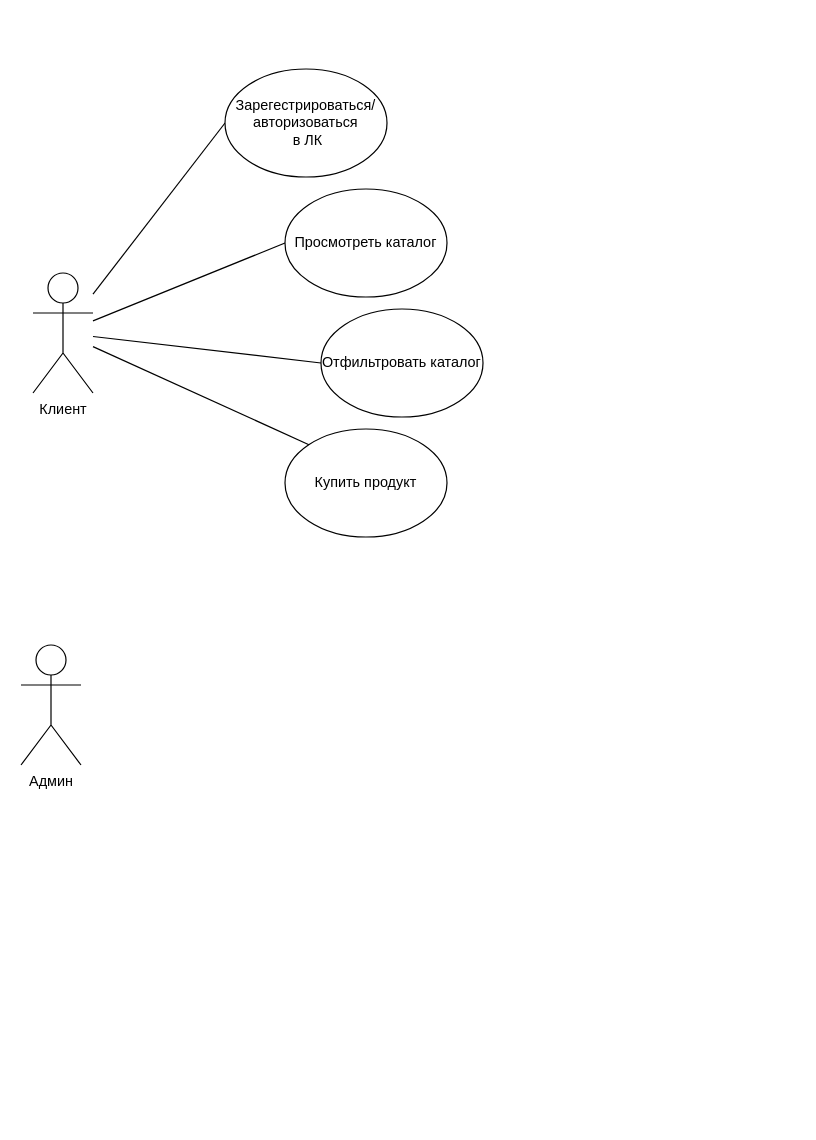
VydEkat/HW_data_mining keeps this draw.io diagram as Диаграмма без названия.drawio. Above is the earlier version. Source tidied: cells renumbered, new cells numbered last; positions are measured from the earlier drawing's top-left corner, leaving out a move shared by most shapes. Both pictures are drawn from the tidied source at 120%, with x=0, y=0 at pixel (20, 68).
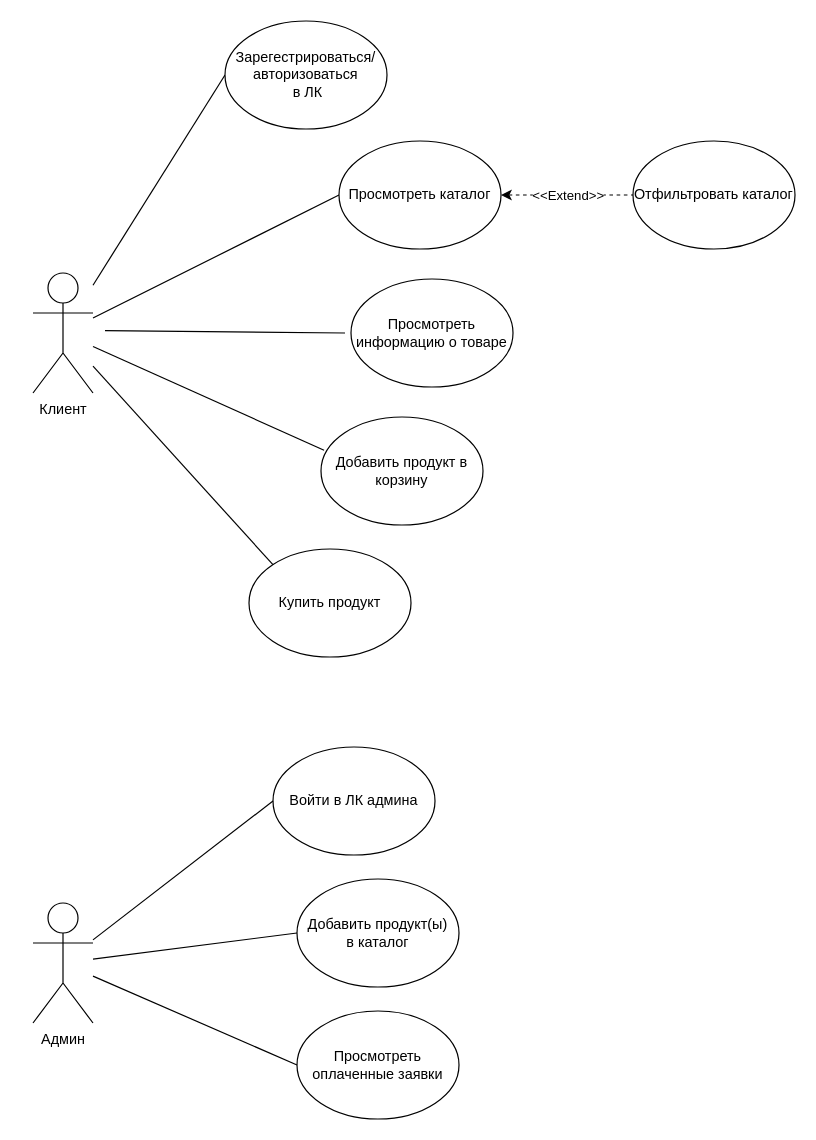
Above is the later version.

The change refers to these unchanged cells:
```xml
<mxCell id="4" value="Клиент" style="shape=umlActor;verticalLabelPosition=bottom;verticalAlign=top;html=1;outlineConnect=0;" parent="1" vertex="1">
  <mxGeometry x="10" y="170" width="50" height="100" as="geometry" />
</mxCell>
```

Change to the diagram source:
```diff
@@
     <mxCell id="5" value="Админ" style="shape=umlActor;verticalLabelPosition=bottom;verticalAlign=top;html=1;outlineConnect=0;" parent="1" vertex="1">
-      <mxGeometry y="480" width="50" height="100" as="geometry" />
+      <mxGeometry x="10" y="695" width="50" height="100" as="geometry" />
     </mxCell>
     <mxCell id="6" value="Зарегестрироваться/авторизоваться&lt;br&gt;&amp;nbsp;в ЛК" style="ellipse;whiteSpace=wrap;html=1;" parent="1" vertex="1">
-      <mxGeometry x="170" width="135" height="90" as="geometry" />
+      <mxGeometry x="170" y="-40" width="135" height="90" as="geometry" />
     </mxCell>
     <mxCell id="7" value="Просмотреть каталог" style="ellipse;whiteSpace=wrap;html=1;" parent="1" vertex="1">
-      <mxGeometry x="220" y="100" width="135" height="90" as="geometry" />
+      <mxGeometry x="265" y="60" width="135" height="90" as="geometry" />
     </mxCell>
     <mxCell id="8" value="Отфильтровать каталог" style="ellipse;whiteSpace=wrap;html=1;" parent="1" vertex="1">
-      <mxGeometry x="250" y="200" width="135" height="90" as="geometry" />
+      <mxGeometry x="510" y="60" width="135" height="90" as="geometry" />
     </mxCell>
     <mxCell id="9" value="Купить продукт" style="ellipse;whiteSpace=wrap;html=1;" parent="1" vertex="1">
-      <mxGeometry x="220" y="300" width="135" height="90" as="geometry" />
+      <mxGeometry x="190" y="400" width="135" height="90" as="geometry" />
     </mxCell>
-    <mxCell id="10" style="rounded=0;jettySize=auto;html=1;entryX=0;entryY=0.5;entryDx=0;entryDy=0;endArrow=none;endFill=0;" parent="1" edge="1" source="4" target="8">
-      <mxGeometry relative="1" as="geometry" />
-    </mxCell>
@@
+    <mxCell id="12" value="Просмотреть информацию о товаре" style="ellipse;whiteSpace=wrap;html=1;" parent="1" vertex="1">
+      <mxGeometry x="275" y="175" width="135" height="90" as="geometry" />
+    </mxCell>
+    <mxCell id="13" value="Добавить продукт в корзину" style="ellipse;whiteSpace=wrap;html=1;" parent="1" vertex="1">
+      <mxGeometry x="250" y="290" width="135" height="90" as="geometry" />
+    </mxCell>
+    <mxCell id="14" style="rounded=0;jettySize=auto;html=1;entryX=0.019;entryY=0.308;entryDx=0;entryDy=0;endArrow=none;endFill=0;entryPerimeter=0;" parent="1" edge="1" source="4" target="13">
+      <mxGeometry relative="1" as="geometry" />
+    </mxCell>
+    <mxCell id="15" value="Войти в ЛК админа" style="ellipse;whiteSpace=wrap;html=1;" parent="1" vertex="1">
+      <mxGeometry x="210" y="565" width="135" height="90" as="geometry" />
+    </mxCell>
+    <mxCell id="16" style="rounded=0;jettySize=auto;html=1;entryX=0;entryY=0.5;entryDx=0;entryDy=0;endArrow=none;endFill=0;" parent="1" edge="1" source="5" target="15">
+      <mxGeometry relative="1" as="geometry" />
+    </mxCell>
+    <mxCell id="17" style="endArrow=none;dashed=1;html=1;rounded=0;entryX=0;entryY=0.5;entryDx=0;entryDy=0;exitX=1;exitY=0.5;exitDx=0;exitDy=0;endFill=0;startArrow=classic;startFill=1;" parent="1" edge="1" source="7" target="8">
+      <mxGeometry relative="1" as="geometry" />
+    </mxCell>
+    <mxCell id="18" value="&amp;lt;&amp;lt;Extend&amp;gt;&amp;gt;" style="edgeLabel;html=1;align=center;verticalAlign=middle;rotation=0;" parent="17" vertex="1">
+      <mxGeometry relative="1" as="geometry" />
+    </mxCell>
+    <mxCell id="19" style="rounded=0;orthogonalLoop=1;jettySize=auto;html=1;endArrow=none;endFill=0;" parent="1" edge="1">
+      <mxGeometry relative="1" as="geometry">
+        <mxPoint x="70" y="218" as="sourcePoint" />
+        <mxPoint x="270" y="220" as="targetPoint" />
+      </mxGeometry>
+    </mxCell>
+    <mxCell id="20" value="Добавить продукт(ы) &lt;br&gt;в каталог" style="ellipse;whiteSpace=wrap;html=1;" parent="1" vertex="1">
+      <mxGeometry x="230" y="675" width="135" height="90" as="geometry" />
+    </mxCell>
+    <mxCell id="21" style="rounded=0;jettySize=auto;html=1;entryX=0;entryY=0.5;entryDx=0;entryDy=0;endArrow=none;endFill=0;" parent="1" edge="1" source="5" target="20">
+      <mxGeometry relative="1" as="geometry" />
+    </mxCell>
+    <mxCell id="22" value="Просмотреть оплаченные заявки" style="ellipse;whiteSpace=wrap;html=1;" parent="1" vertex="1">
+      <mxGeometry x="230" y="785" width="135" height="90" as="geometry" />
+    </mxCell>
+    <mxCell id="23" style="rounded=0;jettySize=auto;html=1;entryX=0;entryY=0.5;entryDx=0;entryDy=0;endArrow=none;endFill=0;" parent="1" edge="1" source="5" target="22">
+      <mxGeometry relative="1" as="geometry" />
+    </mxCell>
```
